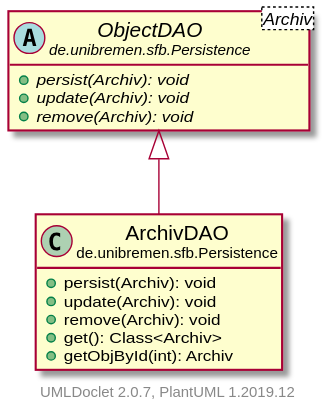
Earlier version of the PlantUML export doc/UML/modulsichtSVG/ArchivDAO.svg (fkehlenb/softwareprojekt-2).
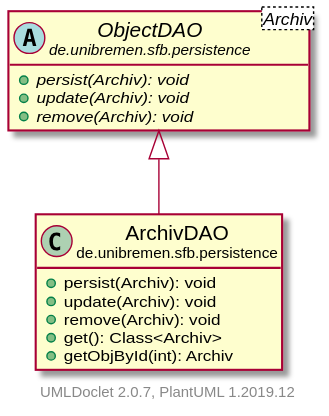
The same diagram one commit later.

What changed in the source:
```diff
@@ -3,7 +3,7 @@
     hide empty fields
     hide empty methods
 
-    class "<size:14>ArchivDAO\n<size:10>de.unibremen.sfb.Persistence" as de.unibremen.sfb.Persistence.ArchivDAO [[ArchivDAO.html]] {
+    class "<size:14>ArchivDAO\n<size:10>de.unibremen.sfb.persistence" as de.unibremen.sfb.persistence.ArchivDAO [[ArchivDAO.html]] {
         +persist(Archiv): void
         +update(Archiv): void
         +remove(Archiv): void
@@ -11,13 +11,13 @@
         +getObjById(int): Archiv
     }
 
-    abstract class "<size:14>ObjectDAO\n<size:10>de.unibremen.sfb.Persistence" as de.unibremen.sfb.Persistence.ObjectDAO<Archiv> [[ObjectDAO.html]] {
+    abstract class "<size:14>ObjectDAO\n<size:10>de.unibremen.sfb.persistence" as de.unibremen.sfb.persistence.ObjectDAO<Archiv> [[ObjectDAO.html]] {
         {abstract} +persist(Archiv): void
         {abstract} +update(Archiv): void
         {abstract} +remove(Archiv): void
     }
 
-    de.unibremen.sfb.Persistence.ObjectDAO <|-- de.unibremen.sfb.Persistence.ArchivDAO
+    de.unibremen.sfb.persistence.ObjectDAO <|-- de.unibremen.sfb.persistence.ArchivDAO
 
     center footer UMLDoclet 2.0.7, PlantUML 1.2019.12
 @enduml
```
